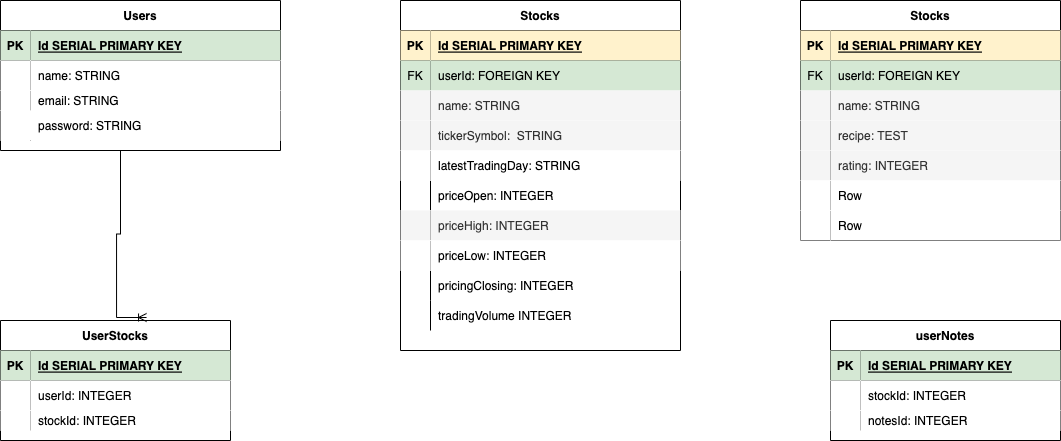
This is ERD.drawio.png from Professorsurf/Project-2, a draw.io export, as it was before one commit. Source tidied: cells renumbered, new cells last; positions are measured from the earlier drawing's top-left corner, leaving out a move shared by most shapes.
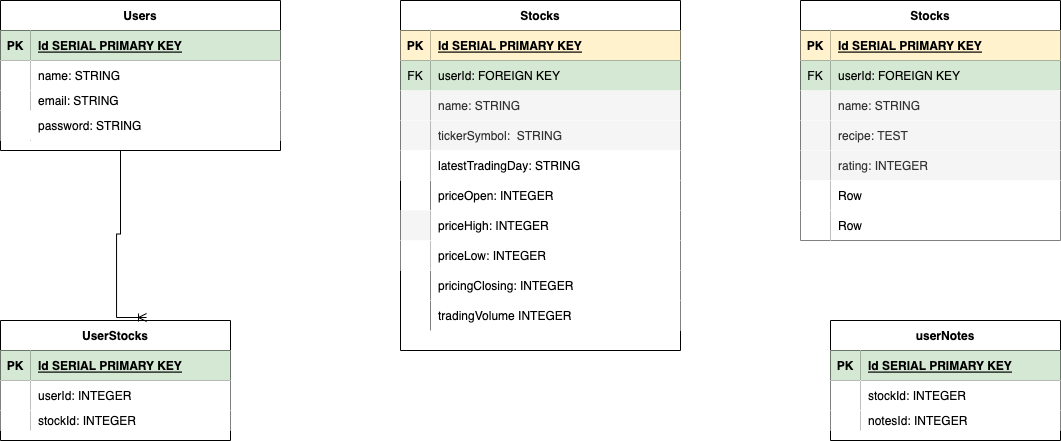
After the change.

Change to the diagram source:
```diff
@@ -95,7 +95,7 @@
     <mxCell id="32" style="shape=partialRectangle;fillColor=none;top=0;left=0;bottom=0;right=0;overflow=hidden;" parent="31" vertex="1">
       <mxGeometry width="30" height="30" as="geometry" />
     </mxCell>
-    <mxCell id="33" value="priceOpen: INTEGER" style="shape=partialRectangle;fillColor=none;top=0;left=0;bottom=0;right=0;align=left;spacingLeft=6;overflow=hidden;" parent="31" vertex="1">
+    <mxCell id="33" value="priceOpen: INTEGER" style="shape=partialRectangle;top=0;left=0;bottom=0;right=0;align=left;spacingLeft=6;overflow=hidden;" parent="31" vertex="1">
       <mxGeometry x="30" width="250" height="30" as="geometry" />
     </mxCell>
     <mxCell id="34" style="shape=tableRow;horizontal=0;startSize=0;swimlaneHead=0;swimlaneBody=0;fillColor=none;top=0;left=0;right=0;bottom=0;rounded=0;" parent="15" vertex="1">
@@ -104,7 +104,7 @@
     <mxCell id="35" style="shape=partialRectangle;fillColor=#f5f5f5;top=0;left=0;bottom=0;right=0;overflow=hidden;fontColor=#333333;strokeColor=#666666;rounded=0;" parent="34" vertex="1">
       <mxGeometry width="30" height="30" as="geometry" />
     </mxCell>
-    <mxCell id="36" value="priceHigh: INTEGER" style="shape=partialRectangle;fillColor=#f5f5f5;top=0;left=0;bottom=0;right=0;align=left;spacingLeft=6;overflow=hidden;fontColor=#333333;strokeColor=#666666;rounded=0;" parent="34" vertex="1">
+    <mxCell id="36" value="priceHigh: INTEGER" style="shape=partialRectangle;top=0;left=0;bottom=0;right=0;align=left;spacingLeft=6;overflow=hidden;rounded=0;" parent="34" vertex="1">
       <mxGeometry x="30" width="250" height="30" as="geometry" />
     </mxCell>
     <mxCell id="37" style="shape=tableRow;horizontal=0;startSize=0;swimlaneHead=0;swimlaneBody=0;fillColor=none;top=0;left=0;right=0;bottom=0;rounded=0;" parent="15" vertex="1">
@@ -122,7 +122,7 @@
     <mxCell id="41" style="shape=partialRectangle;fillColor=none;top=0;left=0;bottom=0;right=0;overflow=hidden;" parent="40" vertex="1">
       <mxGeometry width="30" height="30" as="geometry" />
     </mxCell>
-    <mxCell id="42" value="pricingClosing: INTEGER" style="shape=partialRectangle;fillColor=none;top=0;left=0;bottom=0;right=0;align=left;spacingLeft=6;overflow=hidden;" parent="40" vertex="1">
+    <mxCell id="42" value="pricingClosing: INTEGER" style="shape=partialRectangle;top=0;left=0;bottom=0;right=0;align=left;spacingLeft=6;overflow=hidden;" parent="40" vertex="1">
       <mxGeometry x="30" width="250" height="30" as="geometry" />
     </mxCell>
     <mxCell id="43" style="shape=tableRow;horizontal=0;startSize=0;swimlaneHead=0;swimlaneBody=0;fillColor=none;top=0;left=0;right=0;bottom=0;" parent="15" vertex="1">
@@ -131,7 +131,7 @@
     <mxCell id="44" style="shape=partialRectangle;fillColor=none;top=0;left=0;bottom=0;right=0;overflow=hidden;" parent="43" vertex="1">
       <mxGeometry width="30" height="30" as="geometry" />
     </mxCell>
-    <mxCell id="45" value="tradingVolume INTEGER" style="shape=partialRectangle;fillColor=none;top=0;left=0;bottom=0;right=0;align=left;spacingLeft=6;overflow=hidden;" parent="43" vertex="1">
+    <mxCell id="45" value="tradingVolume INTEGER" style="shape=partialRectangle;top=0;left=0;bottom=0;right=0;align=left;spacingLeft=6;overflow=hidden;" parent="43" vertex="1">
       <mxGeometry x="30" width="250" height="30" as="geometry" />
     </mxCell>
     <mxCell id="46" value="UserStocks" style="shape=table;startSize=30;rowLines=0;fontStyle=1;align=center;rounded=0;" parent="1" vertex="1">
```
